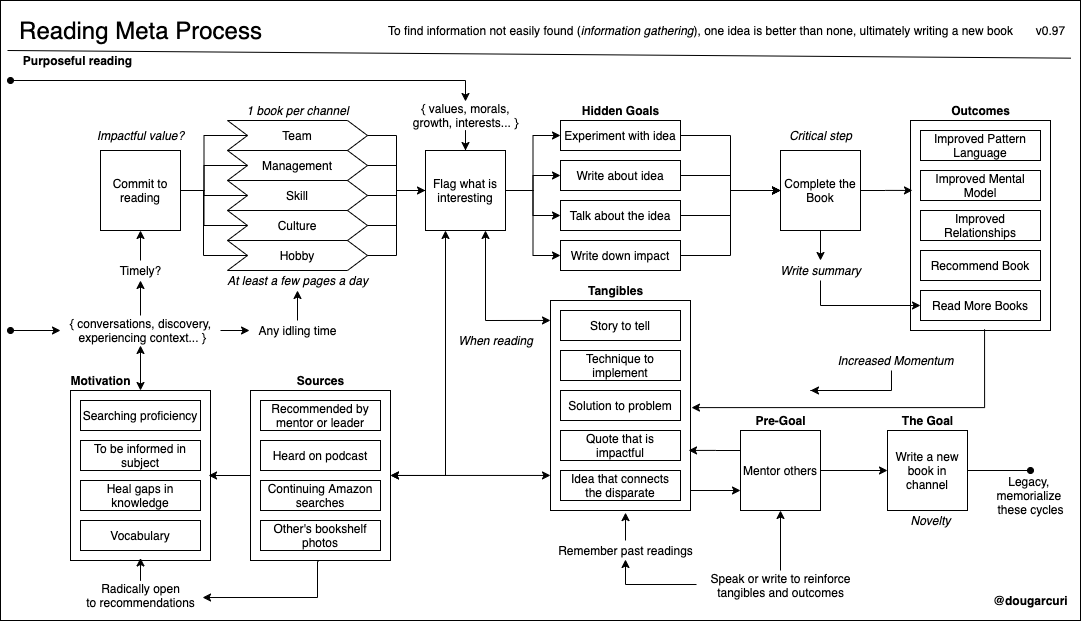
Above: books/diagrams/reading-process.png in solidi/learning-notes (draw.io), before the change. Source tidied: cells renumbered, new cells last; positions are measured from the earlier drawing's top-left corner, leaving out a move shared by most shapes.
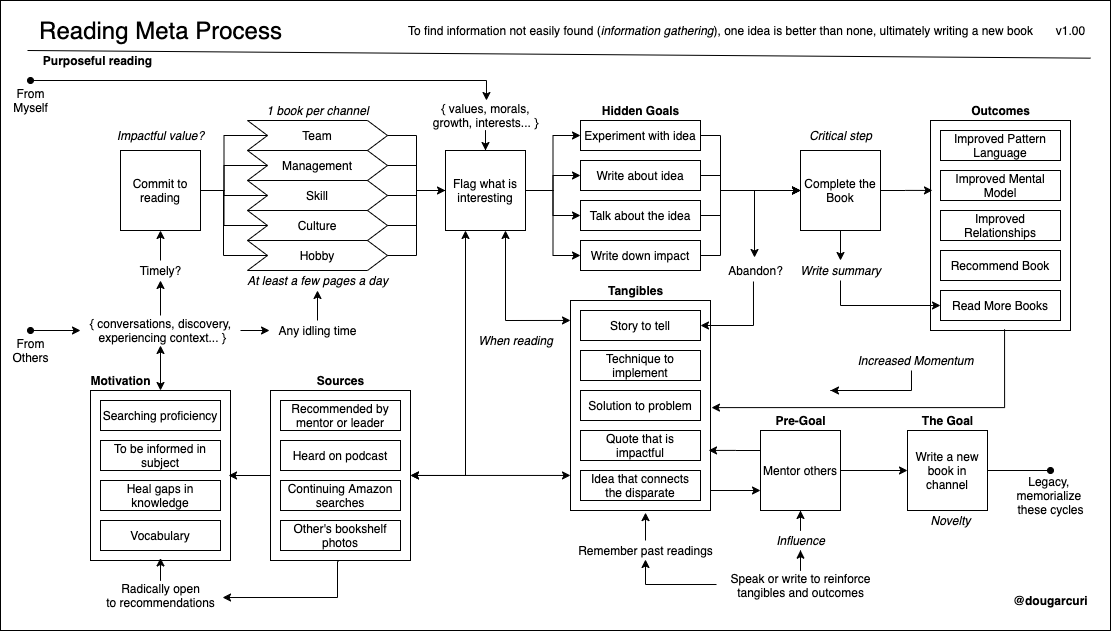
After the commit.

Commit message:
Add version 1 of reading books

What changed in the source:
```diff
@@ -2,12 +2,12 @@
   <root>
     <mxCell id="0" />
     <mxCell id="1" parent="0" />
+    <mxCell id="112" style="rounded=0;whiteSpace=wrap;html=1;fillColor=none;" parent="1" vertex="1">
+      <mxGeometry x="-20" width="1110" height="630" as="geometry" />
+    </mxCell>
     <mxCell id="2" style="verticalLabelPosition=bottom;verticalAlign=top;html=1;shape=mxgraph.basic.rect;fillColor2=none;strokeWidth=1;size=20;indent=5;fillColor=none;" parent="1" vertex="1">
       <mxGeometry x="70" y="390" width="140" height="170" as="geometry" />
     </mxCell>
-    <mxCell id="3" style="rounded=0;whiteSpace=wrap;html=1;fillColor=none;" parent="1" vertex="1">
-      <mxGeometry width="1080" height="620" as="geometry" />
-    </mxCell>
     <mxCell id="4" style="edgeStyle=orthogonalEdgeStyle;rounded=0;jettySize=auto;html=1;entryX=1.007;entryY=0.51;entryDx=0;entryDy=0;entryPerimeter=0;startArrow=none;startFill=0;endArrow=classic;endFill=1;exitX=0.529;exitY=0.994;exitDx=0;exitDy=0;exitPerimeter=0;" parent="1" edge="1" source="5" target="7">
       <mxGeometry relative="1" as="geometry">
         <Array as="points">
@@ -84,30 +84,46 @@
       <mxGeometry x="425" y="150" width="80" height="80" as="geometry" />
     </mxCell>
     <mxCell id="24" style="edgeStyle=orthogonalEdgeStyle;rounded=0;jettySize=auto;html=1;exitX=1;exitY=0.5;exitDx=0;exitDy=0;entryX=0;entryY=0.5;entryDx=0;entryDy=0;endArrow=classic;endFill=1;" parent="1" edge="1" source="25" target="47">
-      <mxGeometry relative="1" as="geometry" />
+      <mxGeometry relative="1" as="geometry">
+        <Array as="points">
+          <mxPoint x="700" y="135" />
+          <mxPoint x="700" y="190" />
+        </Array>
+      </mxGeometry>
     </mxCell>
     <mxCell id="25" value="Experiment with idea" style="rounded=0;whiteSpace=wrap;html=1;" parent="1" vertex="1">
       <mxGeometry x="560" y="120" width="120" height="30" as="geometry" />
     </mxCell>
     <mxCell id="26" style="edgeStyle=orthogonalEdgeStyle;rounded=0;jettySize=auto;html=1;exitX=1;exitY=0.5;exitDx=0;exitDy=0;entryX=0;entryY=0.5;entryDx=0;entryDy=0;endArrow=classic;endFill=1;" parent="1" edge="1" source="27" target="47">
-      <mxGeometry relative="1" as="geometry" />
+      <mxGeometry relative="1" as="geometry">
+        <Array as="points">
+          <mxPoint x="700" y="175" />
+          <mxPoint x="700" y="190" />
+        </Array>
+      </mxGeometry>
     </mxCell>
     <mxCell id="27" value="Write about idea" style="rounded=0;whiteSpace=wrap;html=1;" parent="1" vertex="1">
       <mxGeometry x="560" y="160" width="120" height="30" as="geometry" />
     </mxCell>
-    <mxCell id="28" value="v0.97" style="text;html=1;align=center;verticalAlign=middle;" parent="1" vertex="1">
+    <mxCell id="28" value="v1.00" style="text;html=1;align=center;verticalAlign=middle;" parent="1" vertex="1">
       <mxGeometry x="1030" y="20" width="40" height="20" as="geometry" />
     </mxCell>
     <mxCell id="29" value="&lt;b&gt;@dougarcuri&lt;/b&gt;" style="text;html=1;align=center;verticalAlign=middle;" parent="1" vertex="1">
       <mxGeometry x="985" y="590" width="90" height="20" as="geometry" />
     </mxCell>
-    <mxCell id="30" style="endArrow=none;html=1;entryX=0.991;entryY=0.093;entryDx=0;entryDy=0;entryPerimeter=0;" parent="1" edge="1" target="3">
+    <mxCell id="30" style="endArrow=none;html=1;entryX=0.991;entryY=0.093;entryDx=0;entryDy=0;entryPerimeter=0;" parent="1" edge="1">
       <mxGeometry relative="1" as="geometry">
         <mxPoint x="7" y="50" as="sourcePoint" />
+        <mxPoint x="1069.9" y="57.7" as="targetPoint" />
       </mxGeometry>
     </mxCell>
     <mxCell id="31" style="edgeStyle=orthogonalEdgeStyle;rounded=0;jettySize=auto;html=1;exitX=1;exitY=0.5;exitDx=0;exitDy=0;entryX=0;entryY=0.5;entryDx=0;entryDy=0;endArrow=classic;endFill=1;" parent="1" edge="1" source="32" target="47">
-      <mxGeometry relative="1" as="geometry" />
+      <mxGeometry relative="1" as="geometry">
+        <Array as="points">
+          <mxPoint x="700" y="215" />
+          <mxPoint x="700" y="190" />
+        </Array>
+      </mxGeometry>
     </mxCell>
     <mxCell id="32" value="Talk about the idea" style="rounded=0;whiteSpace=wrap;html=1;" parent="1" vertex="1">
       <mxGeometry x="560" y="200" width="120" height="30" as="geometry" />
@@ -125,7 +141,12 @@
       <mxGeometry x="80" y="580" width="120" height="30" as="geometry" />
     </mxCell>
     <mxCell id="37" style="edgeStyle=orthogonalEdgeStyle;rounded=0;jettySize=auto;html=1;exitX=1;exitY=0.5;exitDx=0;exitDy=0;entryX=0;entryY=0.5;entryDx=0;entryDy=0;endArrow=classic;endFill=1;" parent="1" edge="1" source="38" target="47">
-      <mxGeometry relative="1" as="geometry" />
+      <mxGeometry relative="1" as="geometry">
+        <Array as="points">
+          <mxPoint x="700" y="255" />
+          <mxPoint x="700" y="190" />
+        </Array>
+      </mxGeometry>
     </mxCell>
     <mxCell id="38" value="Write down impact" style="rounded=0;whiteSpace=wrap;html=1;" parent="1" vertex="1">
       <mxGeometry x="560" y="240" width="120" height="30" as="geometry" />
@@ -266,11 +287,6 @@
     <mxCell id="79" style="edgeStyle=orthogonalEdgeStyle;rounded=0;jettySize=auto;html=1;entryX=0.5;entryY=1;entryDx=0;entryDy=0;startArrow=none;startFill=0;endArrow=classic;endFill=1;" parent="1" edge="1" source="103" target="14">
       <mxGeometry relative="1" as="geometry" />
     </mxCell>
-    <mxCell id="80" style="edgeStyle=orthogonalEdgeStyle;rounded=0;jettySize=auto;html=1;startArrow=classic;startFill=1;endArrow=oval;endFill=1;" parent="1" edge="1" source="82">
-      <mxGeometry relative="1" as="geometry">
-        <mxPoint x="10" y="330" as="targetPoint" />
-      </mxGeometry>
-    </mxCell>
     <mxCell id="81" style="edgeStyle=orthogonalEdgeStyle;rounded=0;jettySize=auto;html=1;entryX=-0.033;entryY=0.5;entryDx=0;entryDy=0;entryPerimeter=0;startArrow=none;startFill=0;endArrow=classic;endFill=1;" parent="1" edge="1" source="82" target="102">
       <mxGeometry relative="1" as="geometry" />
     </mxCell>
@@ -304,7 +320,7 @@
     <mxCell id="91" value="Vocabulary" style="rounded=0;whiteSpace=wrap;html=1;" parent="1" vertex="1">
       <mxGeometry x="80" y="520" width="120" height="30" as="geometry" />
     </mxCell>
-    <mxCell id="92" style="edgeStyle=orthogonalEdgeStyle;rounded=0;jettySize=auto;html=1;entryX=0.5;entryY=0.985;entryDx=0;entryDy=0;entryPerimeter=0;startArrow=none;startFill=0;endArrow=classic;endFill=1;" parent="1" edge="1" source="94">
+    <mxCell id="92" style="edgeStyle=orthogonalEdgeStyle;rounded=0;jettySize=auto;html=1;entryX=0.5;entryY=0.985;entryDx=0;entryDy=0;entryPerimeter=0;startArrow=none;startFill=0;endArrow=classic;endFill=1;" parent="1" edge="1" source="113">
       <mxGeometry relative="1" as="geometry">
         <mxPoint x="780" y="510" as="targetPoint" />
       </mxGeometry>
@@ -360,11 +376,11 @@
     <mxCell id="107" value="{ values, morals,&lt;br&gt;growth, interests... }" style="text;html=1;align=center;verticalAlign=middle;points=[];" parent="1" vertex="1">
       <mxGeometry x="405" y="100" width="120" height="30" as="geometry" />
     </mxCell>
-    <mxCell id="108" style="edgeStyle=orthogonalEdgeStyle;rounded=0;jettySize=auto;html=1;startArrow=classic;startFill=1;endArrow=oval;endFill=1;exitX=0.5;exitY=0.033;exitDx=0;exitDy=0;exitPerimeter=0;" parent="1" edge="1" source="107">
+    <mxCell id="108" style="edgeStyle=orthogonalEdgeStyle;rounded=0;jettySize=auto;html=1;startArrow=classic;startFill=1;endArrow=oval;endFill=1;exitX=0.508;exitY=0;exitDx=0;exitDy=0;exitPerimeter=0;" parent="1" edge="1" source="107">
       <mxGeometry relative="1" as="geometry">
         <mxPoint x="10" y="80" as="targetPoint" />
         <Array as="points">
-          <mxPoint x="465" y="80" />
+          <mxPoint x="466" y="80" />
         </Array>
       </mxGeometry>
     </mxCell>
@@ -377,5 +393,33 @@
     <mxCell id="111" value="&lt;i&gt;Novelty&lt;/i&gt;" style="text;html=1;align=center;verticalAlign=middle;" parent="1" vertex="1">
       <mxGeometry x="900" y="510" width="60" height="20" as="geometry" />
     </mxCell>
+    <mxCell id="113" value="&lt;i&gt;Influence&lt;/i&gt;" style="text;html=1;align=center;verticalAlign=middle;points=[];" parent="1" vertex="1">
+      <mxGeometry x="750" y="530" width="60" height="20" as="geometry" />
+    </mxCell>
+    <mxCell id="114" style="edgeStyle=orthogonalEdgeStyle;rounded=0;jettySize=auto;html=1;entryX=0.5;entryY=0.985;entryDx=0;entryDy=0;entryPerimeter=0;startArrow=none;startFill=0;endArrow=classic;endFill=1;" parent="1" edge="1" source="94" target="113">
+      <mxGeometry relative="1" as="geometry" />
+    </mxCell>
+    <mxCell id="115" style="edgeStyle=orthogonalEdgeStyle;rounded=0;jettySize=auto;html=1;startArrow=classic;startFill=1;endArrow=oval;endFill=1;" parent="1" edge="1" source="82">
+      <mxGeometry relative="1" as="geometry">
+        <mxPoint x="10" y="330" as="targetPoint" />
+      </mxGeometry>
+    </mxCell>
+    <mxCell id="116" value="From&lt;br&gt;Myself" style="text;html=1;align=center;verticalAlign=middle;" parent="1" vertex="1">
+      <mxGeometry x="-15" y="85" width="50" height="30" as="geometry" />
+    </mxCell>
+    <mxCell id="117" value="From&lt;br&gt;Others" style="text;html=1;align=center;verticalAlign=middle;" parent="1" vertex="1">
+      <mxGeometry x="-15" y="335" width="50" height="30" as="geometry" />
+    </mxCell>
+    <mxCell id="118" style="edgeStyle=orthogonalEdgeStyle;rounded=0;jettySize=auto;html=1;entryX=1;entryY=0.5;entryDx=0;entryDy=0;startArrow=none;startFill=0;endArrow=classic;endFill=1;exitX=0.471;exitY=1.05;exitDx=0;exitDy=0;exitPerimeter=0;" parent="1" edge="1" source="119" target="56">
+      <mxGeometry relative="1" as="geometry" />
+    </mxCell>
+    <mxCell id="119" value="Abandon?" style="text;html=1;align=center;verticalAlign=middle;points=[];" parent="1" vertex="1">
+      <mxGeometry x="700" y="260" width="70" height="20" as="geometry" />
+    </mxCell>
+    <mxCell id="120" style="endArrow=classic;html=1;entryX=0.486;entryY=-0.15;entryDx=0;entryDy=0;entryPerimeter=0;" parent="1" edge="1" target="119">
+      <mxGeometry relative="1" as="geometry">
+        <mxPoint x="734" y="190" as="sourcePoint" />
+      </mxGeometry>
+    </mxCell>
   </root>
 </mxGraphModel>
```
